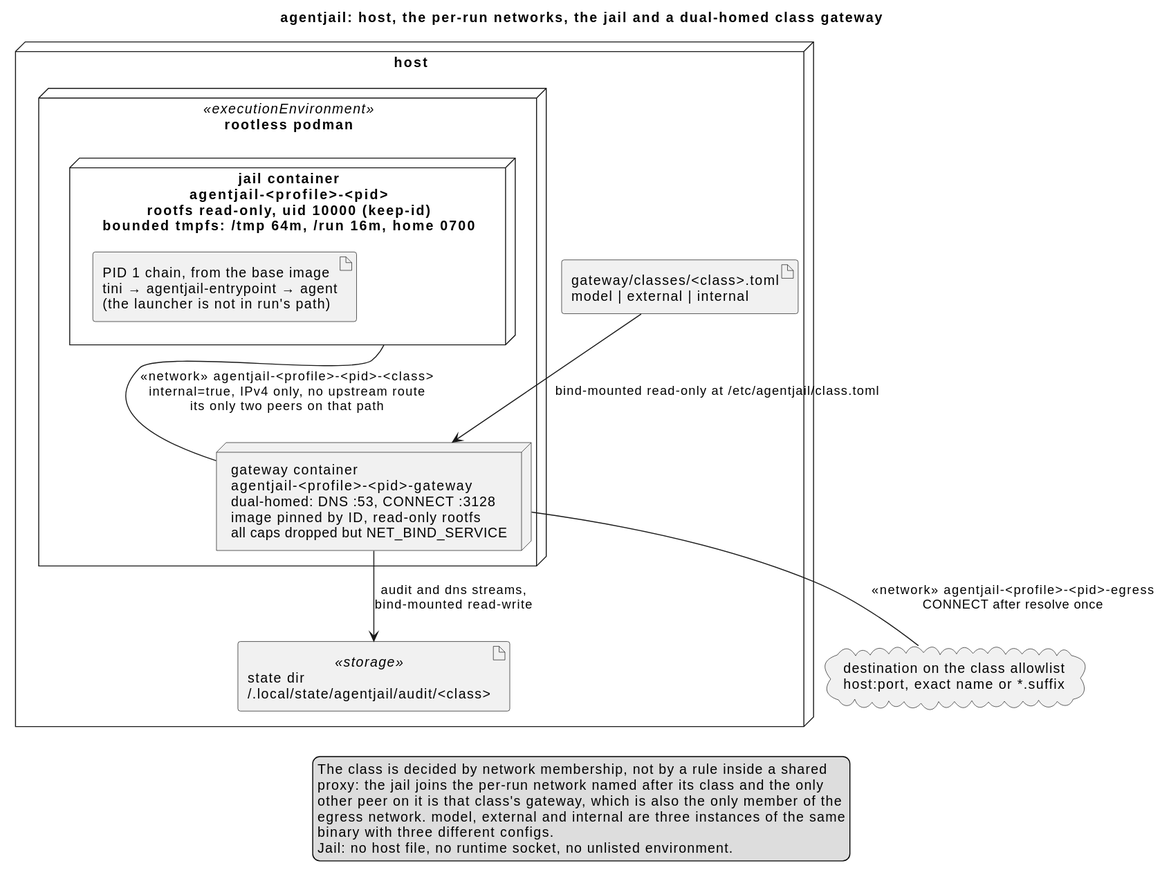
Earlier version of the PlantUML export docs/diagrams/deployment.svg (Breinich/agentjail).
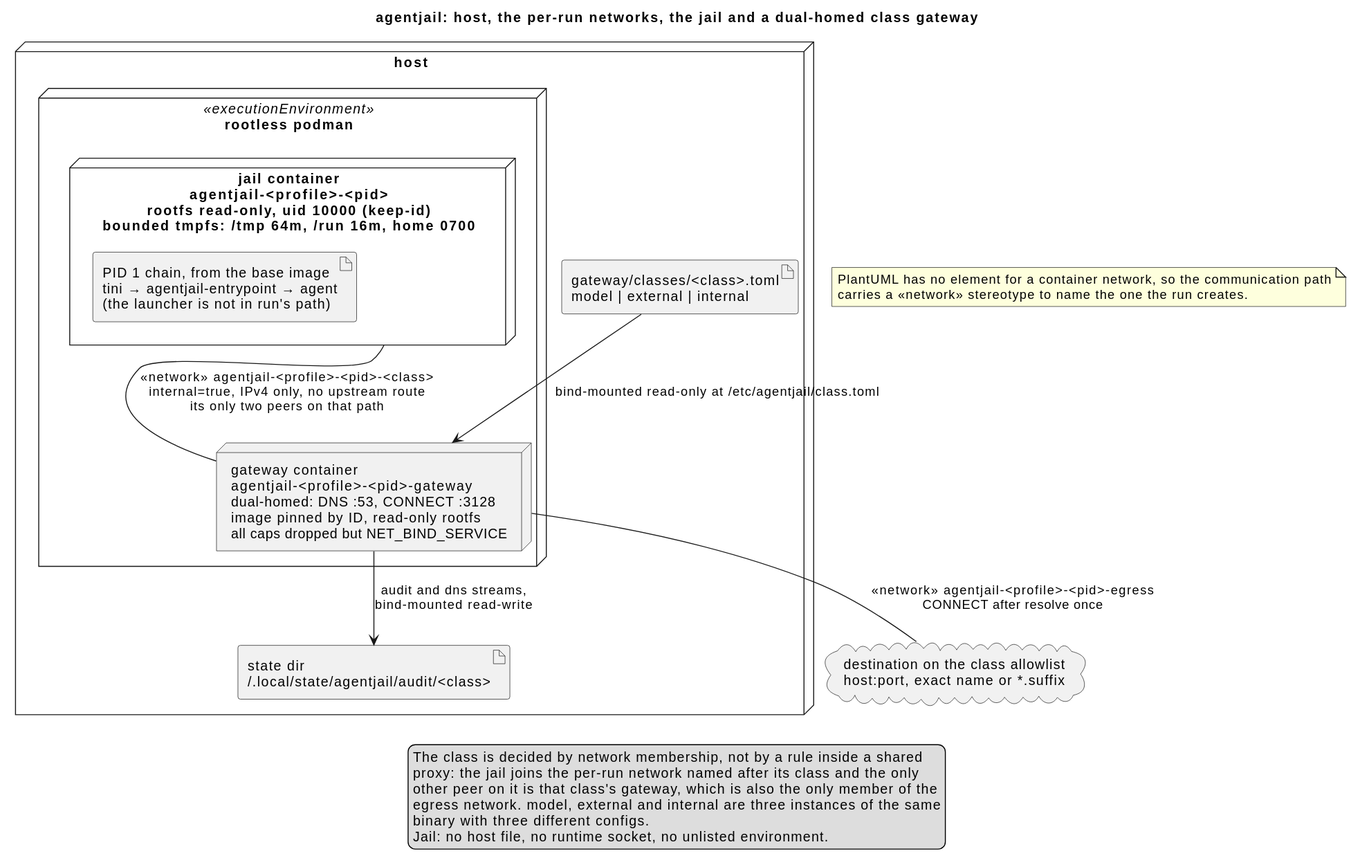
After the change.

Commit message:
diagrams/deployment: one real stereotype, one documented customisation

What changed in the source:
```diff
@@ -10,7 +10,7 @@
   }
 
   artifact "gateway/classes/<class>.toml\nmodel | external | internal" as classcfg
-  artifact "state dir\n~/.local/state/agentjail/audit/<class>" <<storage>> as state
+  artifact "state dir\n~/.local/state/agentjail/audit/<class>" as state
 }
 
 cloud "destination on the class allowlist\nhost:port, exact name or *.suffix" as destination
@@ -19,6 +19,11 @@
 jail -- gateway : «network» agentjail-<profile>-<pid>-<class>\ninternal=true, IPv4 only, no upstream route\nits only two peers on that path
 gateway -- destination : «network» agentjail-<profile>-<pid>-egress\nCONNECT after resolve once
 gateway --> state : audit and dns streams,\nbind-mounted read-write
+
+note as netnote
+  PlantUML has no element for a container network, so the communication path
+  carries a «network» stereotype to name the one the run creates.
+end note
 
 legend bottom
   The class is decided by network membership, not by a rule inside a shared
```
